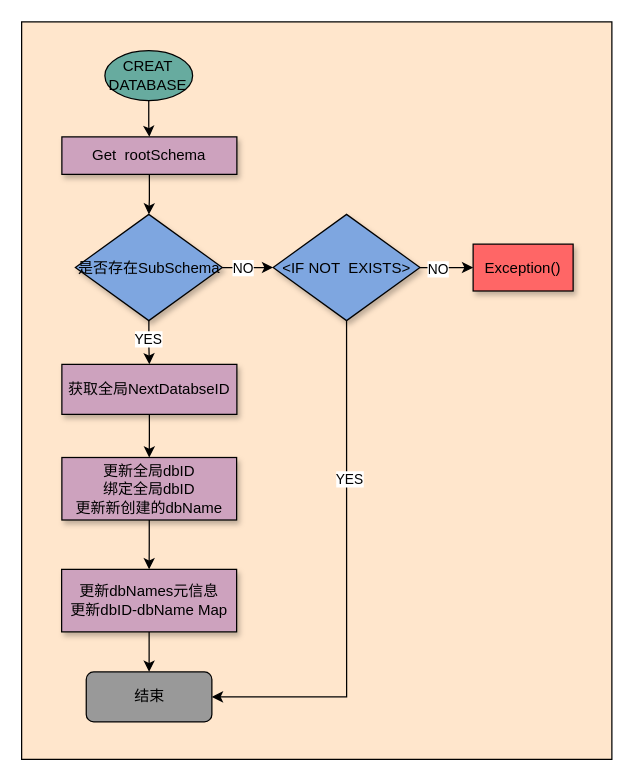
arlottang/tdh_bit keeps this draw.io diagram as parser_ddl_createSchema.drawio. Above is the earlier version. Source tidied: cells renumbered, new cells numbered last; positions are measured from the earlier drawing's top-left corner, leaving out a move shared by most shapes. Both pictures are drawn from the tidied source at 125%, with x=0, y=0 at pixel (21, 21).
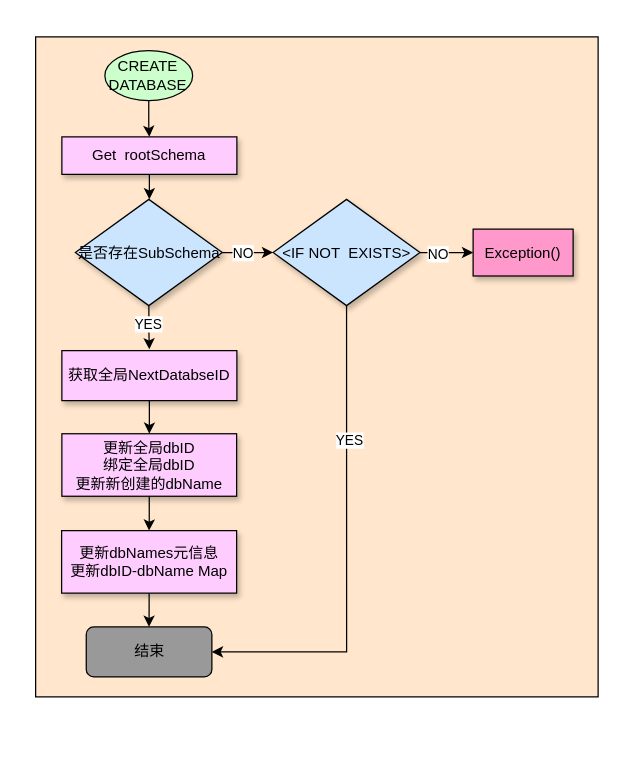
The same diagram, later.

The change refers to these unchanged cells:
```xml
<mxCell id="23" style="edgeStyle=orthogonalEdgeStyle;rounded=0;jettySize=auto;html=1;fontSize=6;exitX=0.5;exitY=1;exitDx=0;exitDy=0;entryX=1;entryY=0.5;entryDx=0;entryDy=0;" parent="1" edge="1" source="19" target="20">
  <mxGeometry relative="1" as="geometry" />
</mxCell>
```

Change to the diagram source:
```diff
@@
     <mxCell id="2" style="rounded=0;whiteSpace=wrap;html=1;fillColor=#FFE6CC;" parent="1" vertex="1">
-      <mxGeometry x="-0.2" width="472.2" height="590" as="geometry" />
+      <mxGeometry x="11" y="12" width="450" height="528" as="geometry" />
     </mxCell>
@@
-    <mxCell id="4" value="Get&amp;nbsp; rootSchema" style="rounded=0;whiteSpace=wrap;html=1;fillColor=#CDA2BE;shadow=1;" parent="1" vertex="1">
+    <mxCell id="4" value="Get&amp;nbsp; rootSchema" style="rounded=0;whiteSpace=wrap;html=1;fillColor=#FFCCFF;shadow=1;" parent="1" vertex="1">
       <mxGeometry x="32" y="92" width="140" height="30" as="geometry" />
     </mxCell>
@@
-    <mxCell id="7" style="edgeStyle=orthogonalEdgeStyle;rounded=0;jettySize=auto;html=1;" parent="1" edge="1" source="9" target="11">
-      <mxGeometry relative="1" as="geometry" />
+    <mxCell id="7" style="edgeStyle=orthogonalEdgeStyle;rounded=0;jettySize=auto;html=1;" parent="1" edge="1" source="9">
+      <mxGeometry relative="1" as="geometry">
+        <mxPoint x="102" y="262" as="targetPoint" />
+      </mxGeometry>
     </mxCell>
@@
-    <mxCell id="9" value="是否存在SubSchema" style="rhombus;whiteSpace=wrap;html=1;fillColor=#7EA6E0;rounded=0;shadow=1;" parent="1" vertex="1">
-      <mxGeometry x="42.8" y="154" width="117.5" height="85" as="geometry" />
+    <mxCell id="9" value="是否存在SubSchema" style="rhombus;whiteSpace=wrap;html=1;fillColor=#CCE5FF;rounded=0;shadow=1;" parent="1" vertex="1">
+      <mxGeometry x="42.8" y="142" width="117.5" height="85" as="geometry" />
     </mxCell>
@@
-    <mxCell id="11" value="获取全局NextDatabseID" style="whiteSpace=wrap;html=1;fillColor=#CDA2BE;rounded=0;shadow=1;" parent="1" vertex="1">
-      <mxGeometry x="32" y="274" width="140" height="40" as="geometry" />
+    <mxCell id="11" value="获取全局NextDatabseID" style="whiteSpace=wrap;html=1;fillColor=#FFCCFF;rounded=0;shadow=1;" parent="1" vertex="1">
+      <mxGeometry x="32" y="263" width="140" height="40" as="geometry" />
     </mxCell>
@@
-    <mxCell id="13" value="更新全局dbID&lt;br&gt;绑定全局dbID&lt;br&gt;更新新创建的dbName" style="whiteSpace=wrap;html=1;fillColor=#CDA2BE;rounded=0;shadow=1;" parent="1" vertex="1">
-      <mxGeometry x="32" y="348.5" width="139.8" height="50" as="geometry" />
+    <mxCell id="13" value="更新全局dbID&lt;br&gt;绑定全局dbID&lt;br&gt;更新新创建的dbName" style="whiteSpace=wrap;html=1;fillColor=#FFCCFF;rounded=0;shadow=1;" parent="1" vertex="1">
+      <mxGeometry x="32" y="329.5" width="139.8" height="50" as="geometry" />
     </mxCell>
-    <mxCell id="14" style="edgeStyle=orthogonalEdgeStyle;rounded=0;jettySize=auto;html=1;" parent="1" edge="1" source="15" target="20">
+    <mxCell id="14" style="edgeStyle=orthogonalEdgeStyle;rounded=0;jettySize=auto;html=1;entryX=0.5;entryY=0;entryDx=0;entryDy=0;" parent="1" edge="1" source="15" target="20">
       <mxGeometry relative="1" as="geometry" />
     </mxCell>
-    <mxCell id="15" value="更新dbNames元信息&lt;br&gt;更新dbID-dbName Map" style="whiteSpace=wrap;html=1;fillColor=#CDA2BE;rounded=0;shadow=1;" parent="1" vertex="1">
-      <mxGeometry x="31.8" y="438" width="140" height="50" as="geometry" />
+    <mxCell id="15" value="更新dbNames元信息&lt;br&gt;更新dbID-dbName Map" style="whiteSpace=wrap;html=1;fillColor=#FFCCFF;rounded=0;shadow=1;" parent="1" vertex="1">
+      <mxGeometry x="31.8" y="407" width="140" height="50" as="geometry" />
     </mxCell>
-    <mxCell id="16" value="Exception()" style="whiteSpace=wrap;html=1;fillColor=#FF6666;rounded=0;shadow=1;" parent="1" vertex="1">
-      <mxGeometry x="361" y="177.8" width="80" height="37.5" as="geometry" />
+    <mxCell id="16" value="Exception()" style="whiteSpace=wrap;html=1;fillColor=#FF99CC;rounded=0;shadow=1;" parent="1" vertex="1">
+      <mxGeometry x="361" y="165.8" width="80" height="37.5" as="geometry" />
     </mxCell>
@@
-    <mxCell id="19" value="&amp;lt;IF NOT &lt;span style=&quot;white-space: pre&quot;&gt; &lt;/span&gt;EXISTS&amp;gt;" style="rhombus;whiteSpace=wrap;html=1;fillColor=#7EA6E0;rounded=0;shadow=1;" parent="1" vertex="1">
-      <mxGeometry x="201" y="154" width="117.5" height="85" as="geometry" />
+    <mxCell id="19" value="&amp;lt;IF NOT &lt;span style=&quot;white-space: pre&quot;&gt; &lt;/span&gt;EXISTS&amp;gt;" style="rhombus;whiteSpace=wrap;html=1;fillColor=#CCE5FF;rounded=0;shadow=1;" parent="1" vertex="1">
+      <mxGeometry x="201" y="142" width="117.5" height="85" as="geometry" />
     </mxCell>
     <mxCell id="20" value="结束" style="rounded=1;whiteSpace=wrap;html=1;fillColor=#999999;" parent="1" vertex="1">
-      <mxGeometry x="51.5" y="520" width="100.5" height="40" as="geometry" />
+      <mxGeometry x="51.5" y="484" width="100.5" height="40" as="geometry" />
     </mxCell>
@@
-    <mxCell id="22" value="CREAT DATABASE" style="ellipse;whiteSpace=wrap;html=1;fillColor=#67AB9F;" parent="1" vertex="1">
+    <mxCell id="22" value="CREATE DATABASE" style="ellipse;whiteSpace=wrap;html=1;fillColor=#CCFFCC;" parent="1" vertex="1">
       <mxGeometry x="66.4" y="23" width="70.2" height="40" as="geometry" />
     </mxCell>
@@
     <mxCell id="24" value="YES" style="edgeLabel;html=1;align=center;verticalAlign=middle;" parent="23" vertex="1">
-      <mxGeometry x="-0.38" y="2" relative="1" as="geometry" />
+      <mxGeometry x="-0.38" y="2" relative="1" as="geometry">
+        <mxPoint y="-11" as="offset" />
+      </mxGeometry>
     </mxCell>
```
